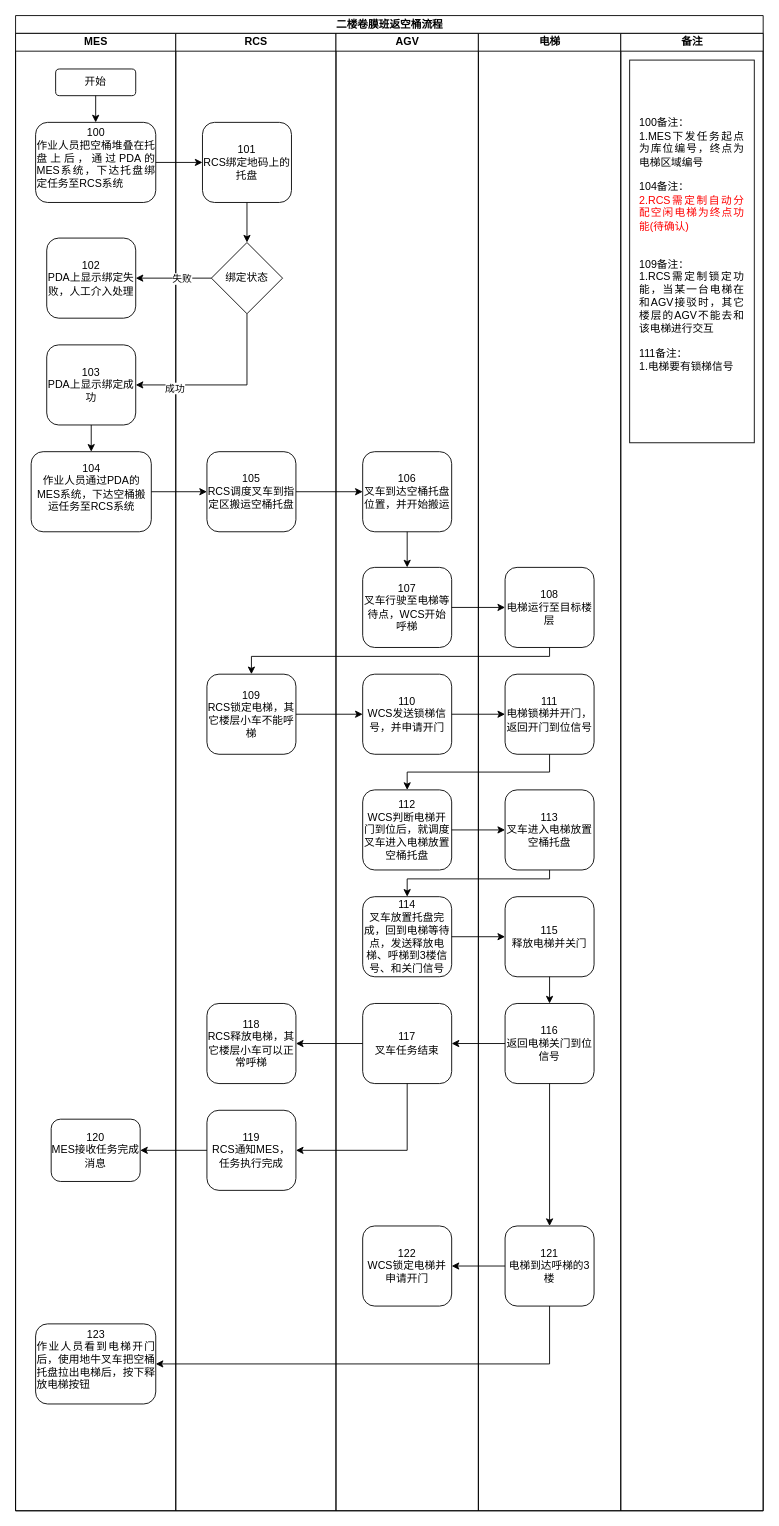
chenyanxi/hosts keeps this draw.io diagram as page "二楼卷膜班返空桶流程" (4 of 21) of data/伍子醉作业流程图0221.drawio. Above is the earlier version. Source tidied: cells renumbered, new cells numbered last; positions are measured from the earlier drawing's top-left corner, leaving out a move shared by most shapes. Both pictures are drawn from the tidied source at 89%, with x=0, y=0 at pixel (15, 15).
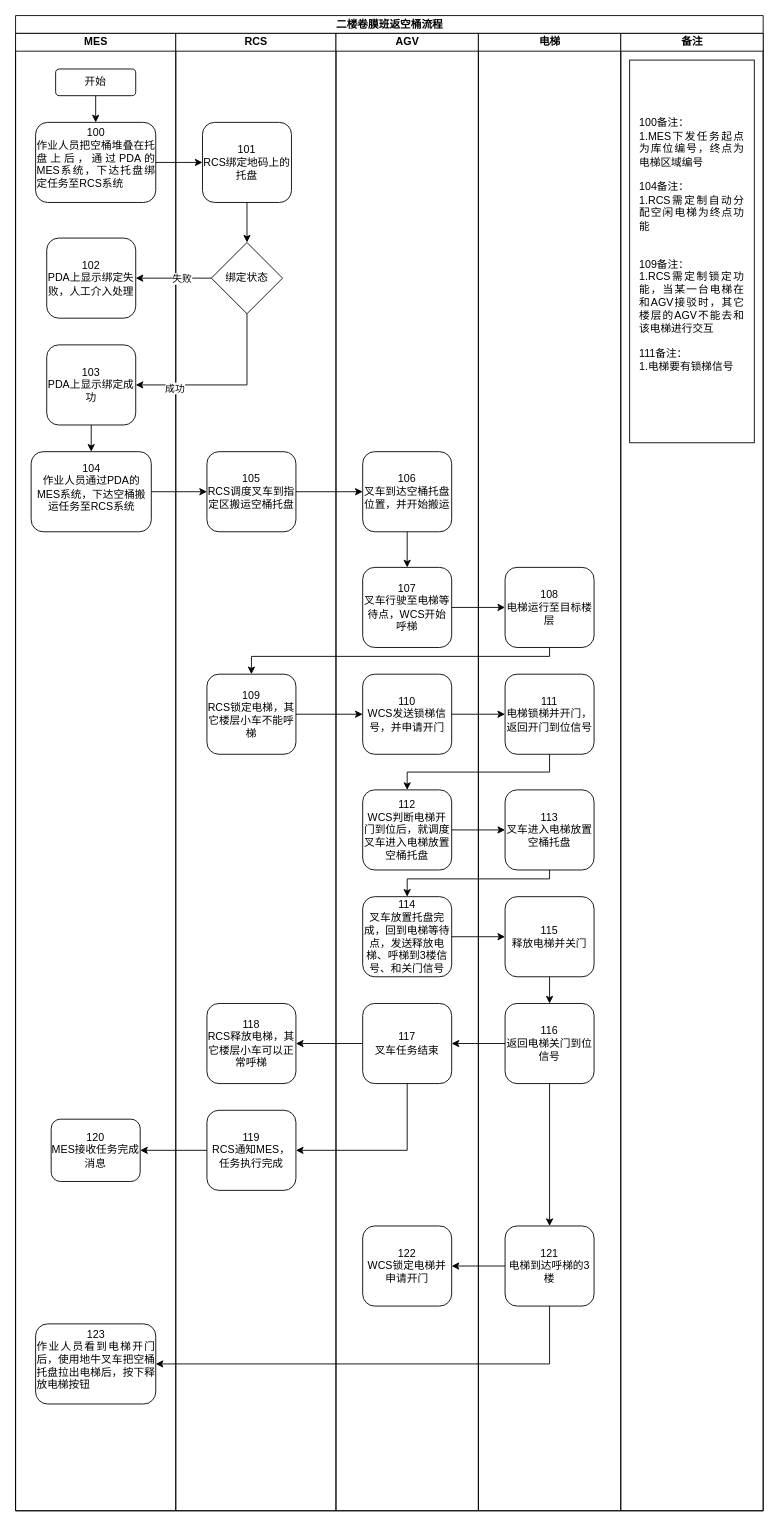
After the change.

Unchanged cells that the change refers to:
```xml
<mxCell id="51" value="备注" style="swimlane;html=1;startSize=20;" parent="2" vertex="1">
  <mxGeometry x="680" y="20" width="160" height="1660" as="geometry" />
</mxCell>
```

The edit, as a diff of the source:
```diff
@@
-    <mxCell id="52" value="&lt;div style=&quot;text-align: justify;&quot;&gt;100备注：&lt;/div&gt;&lt;div style=&quot;text-align: justify;&quot;&gt;&lt;span style=&quot;background-color: initial; text-align: center; color: light-dark(rgb(0, 0, 0), rgb(255, 255, 255));&quot;&gt;1.MES下发任务起点为库位编号，终点为电梯区域编号&lt;/span&gt;&lt;/div&gt;&lt;div style=&quot;text-align: justify;&quot;&gt;&lt;span style=&quot;background-color: initial; text-align: center; color: light-dark(rgb(0, 0, 0), rgb(255, 255, 255));&quot;&gt;&lt;br&gt;&lt;/span&gt;&lt;/div&gt;&lt;div style=&quot;text-align: justify;&quot;&gt;&lt;span style=&quot;background-color: initial; text-align: center; color: light-dark(rgb(0, 0, 0), rgb(255, 255, 255));&quot;&gt;104备注：&lt;/span&gt;&lt;/div&gt;&lt;div style=&quot;text-align: justify;&quot;&gt;&lt;span style=&quot;background-color: initial; text-align: center;&quot;&gt;&lt;font style=&quot;color: rgb(255, 0, 0);&quot;&gt;2.RCS需定制自动分配空闲电梯为终点功能(待确认)&lt;/font&gt;&lt;/span&gt;&lt;/div&gt;&lt;div style=&quot;text-align: justify;&quot;&gt;&lt;span style=&quot;text-align: center; background-color: initial;&quot;&gt;&lt;br&gt;&lt;/span&gt;&lt;/div&gt;&lt;div style=&quot;text-align: justify;&quot;&gt;&lt;span style=&quot;text-align: center; background-color: initial;&quot;&gt;&lt;br&gt;&lt;/span&gt;&lt;/div&gt;&lt;div style=&quot;text-align: justify;&quot;&gt;&lt;span style=&quot;text-align: center; background-color: initial;&quot;&gt;109备注：&lt;/span&gt;&lt;/div&gt;&lt;div style=&quot;text-align: justify;&quot;&gt;&lt;span style=&quot;text-align: center; background-color: initial;&quot;&gt;1.RCS需定制锁定功能，当某一台电梯在和AGV接驳时，其它楼层的AGV不能去和该电梯进行交互&lt;/span&gt;&lt;/div&gt;&lt;div style=&quot;text-align: justify;&quot;&gt;&lt;span style=&quot;text-align: center; background-color: initial;&quot;&gt;&lt;br&gt;&lt;/span&gt;&lt;/div&gt;&lt;div style=&quot;text-align: justify;&quot;&gt;&lt;span style=&quot;text-align: center; background-color: initial;&quot;&gt;111备注：&lt;/span&gt;&lt;/div&gt;&lt;div style=&quot;text-align: justify;&quot;&gt;&lt;span style=&quot;text-align: center; background-color: initial;&quot;&gt;1.电梯要有锁梯信号&lt;/span&gt;&lt;/div&gt;&lt;div style=&quot;text-align: justify;&quot;&gt;&lt;div&gt;&lt;br&gt;&lt;/div&gt;&lt;/div&gt;" style="rounded=0;whiteSpace=wrap;html=1;spacingTop=5;spacingLeft=10;spacingBottom=5;spacingRight=10;" parent="51" vertex="1">
+    <mxCell id="52" value="&lt;div style=&quot;text-align: justify;&quot;&gt;100备注：&lt;/div&gt;&lt;div style=&quot;text-align: justify;&quot;&gt;&lt;span style=&quot;background-color: initial; text-align: center; color: light-dark(rgb(0, 0, 0), rgb(255, 255, 255));&quot;&gt;1.MES下发任务起点为库位编号，终点为电梯区域编号&lt;/span&gt;&lt;/div&gt;&lt;div style=&quot;text-align: justify;&quot;&gt;&lt;span style=&quot;background-color: initial; text-align: center; color: light-dark(rgb(0, 0, 0), rgb(255, 255, 255));&quot;&gt;&lt;br&gt;&lt;/span&gt;&lt;/div&gt;&lt;div style=&quot;text-align: justify;&quot;&gt;&lt;span style=&quot;background-color: initial; text-align: center; color: light-dark(rgb(0, 0, 0), rgb(255, 255, 255));&quot;&gt;104备注：&lt;/span&gt;&lt;/div&gt;&lt;div style=&quot;text-align: justify;&quot;&gt;&lt;span style=&quot;background-color: initial; text-align: center;&quot;&gt;&lt;font style=&quot;color: rgb(0, 0, 0);&quot;&gt;1.RCS需定制自动分配空闲电梯为终点功能&lt;/font&gt;&lt;/span&gt;&lt;/div&gt;&lt;div style=&quot;text-align: justify;&quot;&gt;&lt;span style=&quot;text-align: center; background-color: initial;&quot;&gt;&lt;br&gt;&lt;/span&gt;&lt;/div&gt;&lt;div style=&quot;text-align: justify;&quot;&gt;&lt;span style=&quot;text-align: center; background-color: initial;&quot;&gt;&lt;br&gt;&lt;/span&gt;&lt;/div&gt;&lt;div style=&quot;text-align: justify;&quot;&gt;&lt;span style=&quot;text-align: center; background-color: initial;&quot;&gt;109备注：&lt;/span&gt;&lt;/div&gt;&lt;div style=&quot;text-align: justify;&quot;&gt;&lt;span style=&quot;text-align: center; background-color: initial;&quot;&gt;1.RCS需定制锁定功能，当某一台电梯在和AGV接驳时，其它楼层的AGV不能去和该电梯进行交互&lt;/span&gt;&lt;/div&gt;&lt;div style=&quot;text-align: justify;&quot;&gt;&lt;span style=&quot;text-align: center; background-color: initial;&quot;&gt;&lt;br&gt;&lt;/span&gt;&lt;/div&gt;&lt;div style=&quot;text-align: justify;&quot;&gt;&lt;span style=&quot;text-align: center; background-color: initial;&quot;&gt;111备注：&lt;/span&gt;&lt;/div&gt;&lt;div style=&quot;text-align: justify;&quot;&gt;&lt;span style=&quot;text-align: center; background-color: initial;&quot;&gt;1.电梯要有锁梯信号&lt;/span&gt;&lt;/div&gt;&lt;div style=&quot;text-align: justify;&quot;&gt;&lt;div&gt;&lt;br&gt;&lt;/div&gt;&lt;/div&gt;" style="rounded=0;whiteSpace=wrap;html=1;spacingTop=5;spacingLeft=10;spacingBottom=5;spacingRight=10;" parent="51" vertex="1">
       <mxGeometry x="10" y="30" width="140" height="430" as="geometry" />
     </mxCell>
```
